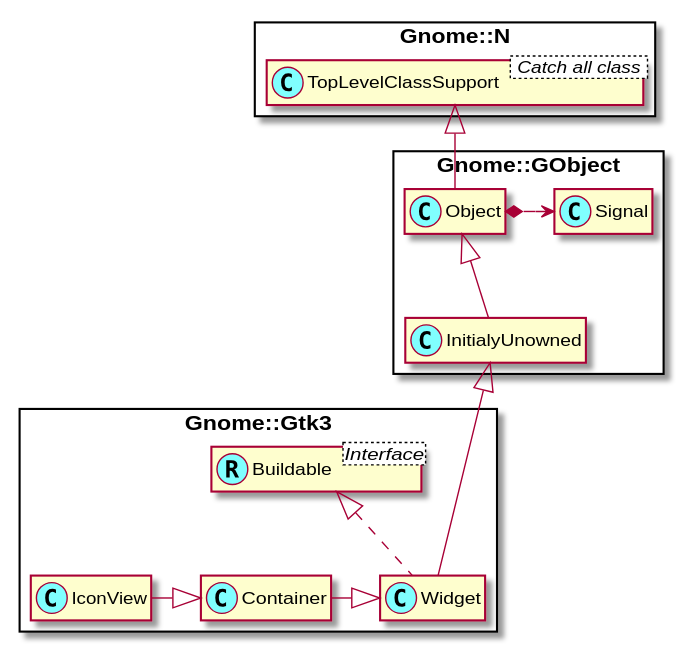
Earlier version of the PlantUML export docs/content-docs/reference/Gtk3/plantuml/IconView.svg (MARTIMM/gnome-gtk3). The source it was exported from:
```plantuml
@startuml
skinparam packageStyle rectangle
skinparam stereotypeCBackgroundColor #80ffff
set namespaceSeparator ::
hide members


class Gnome::N::TopLevelClassSupport < Catch all class >
Gnome::N::TopLevelClassSupport <|-- Gnome::GObject::Object

Gnome::GObject::Object <|-- Gnome::GObject::InitialyUnowned
Gnome::GObject::Object *-> Gnome::GObject::Signal

Interface Gnome::Gtk3::Buildable <Interface>
class Gnome::Gtk3::Buildable <<(R,#80ffff)>>



Gnome::GObject::InitialyUnowned <|--- Gnome::Gtk3::Widget
class Gnome::Gtk3::Widget implements Gnome::Gtk3::Buildable

Gnome::Gtk3::IconView -|> Gnome::Gtk3::Container
Gnome::Gtk3::Container -|> Gnome::Gtk3::Widget










@enduml
```
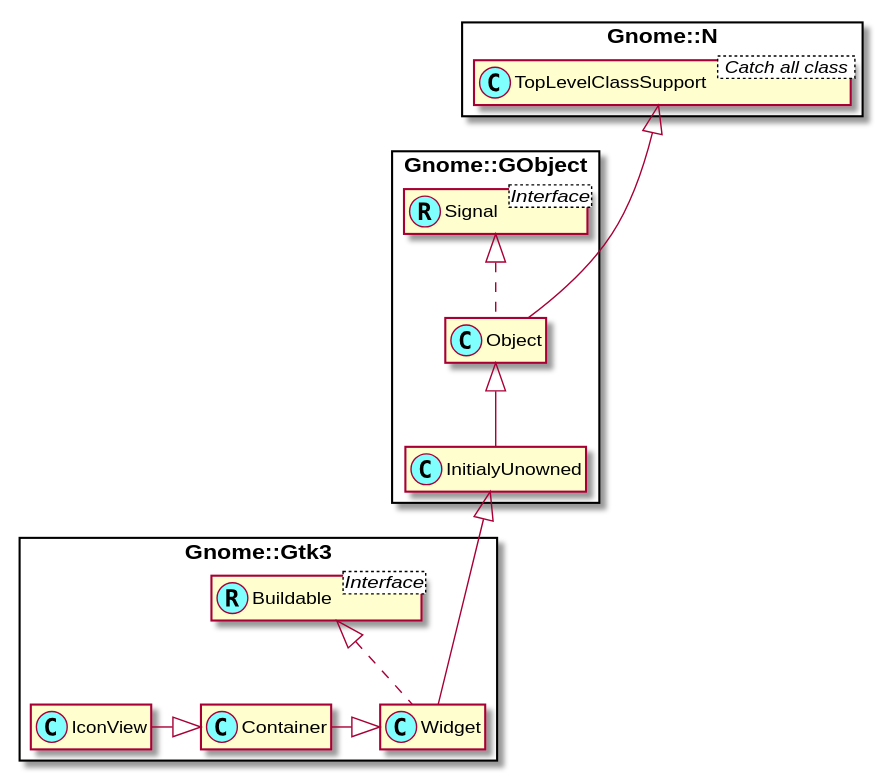
The same file after the commit.

Change to the diagram source:
```diff
@@ -4,12 +4,14 @@
 set namespaceSeparator ::
 hide members
 
+class Gnome::N::TopLevelClassSupport < Catch all class >
 
-class Gnome::N::TopLevelClassSupport < Catch all class >
-Gnome::N::TopLevelClassSupport <|-- Gnome::GObject::Object
+Interface Gnome::GObject::Signal <Interface>
+class Gnome::GObject::Signal <<(R,#80ffff)>>
 
+Gnome::N::TopLevelClassSupport <|--- Gnome::GObject::Object
 Gnome::GObject::Object <|-- Gnome::GObject::InitialyUnowned
-Gnome::GObject::Object *-> Gnome::GObject::Signal
+Gnome::GObject::Signal <|.. Gnome::GObject::Object
 
 Interface Gnome::Gtk3::Buildable <Interface>
 class Gnome::Gtk3::Buildable <<(R,#80ffff)>>
```
